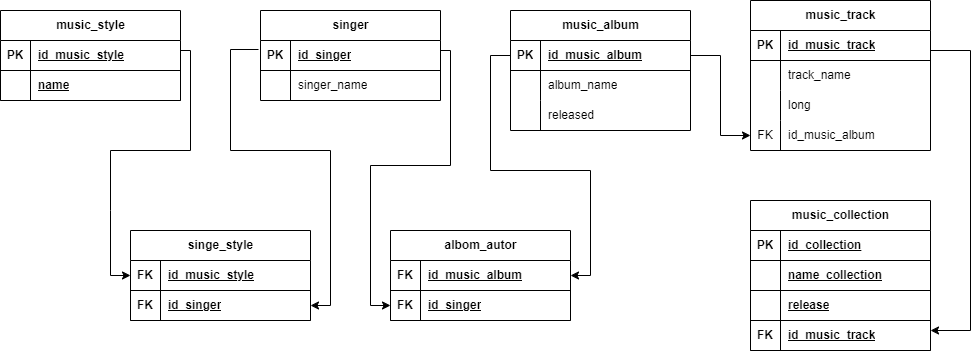
This is диаграмма.png from Eugene-Nozdrin/-2, a draw.io export, as it was before one commit. Source tidied: cells renumbered, new cells last; positions are measured from the earlier drawing's top-left corner, leaving out a move shared by most shapes.
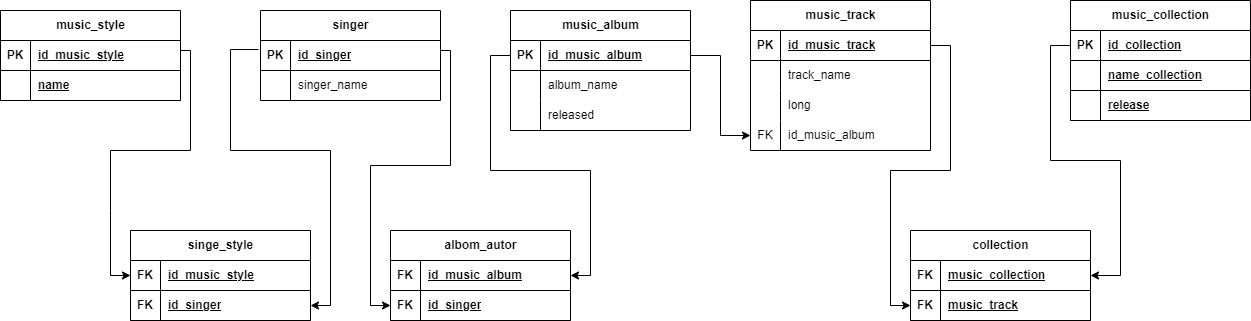
Above is the later version.

Diff of the diagram source:
```diff
@@ -210,7 +210,7 @@
       </mxGeometry>
     </mxCell>
     <mxCell id="61" value="music_collection" style="shape=table;startSize=30;rowLines=0;fontStyle=1;align=center;html=1;" parent="1" vertex="1">
-      <mxGeometry x="750" y="200" width="180" height="150" as="geometry" />
+      <mxGeometry x="1070" width="180" height="120" as="geometry" />
     </mxCell>
     <mxCell id="62" style="shape=tableRow;horizontal=0;startSize=0;swimlaneHead=0;swimlaneBody=0;fillColor=none;points=[[0,0.5],[1,0.5]];portConstraint=eastwest;top=0;left=0;right=0;bottom=1;" parent="61" vertex="1">
       <mxGeometry y="30" width="180" height="30" as="geometry" />
@@ -239,28 +239,52 @@
     <mxCell id="70" value="release" style="shape=partialRectangle;fillColor=none;top=0;left=0;bottom=0;right=0;align=left;spacingLeft=6;fontStyle=5;overflow=hidden;whiteSpace=wrap;html=1;" parent="68" vertex="1">
       <mxGeometry x="30" width="150" height="30" as="geometry" />
     </mxCell>
-    <mxCell id="71" style="shape=tableRow;horizontal=0;startSize=0;swimlaneHead=0;swimlaneBody=0;fillColor=none;top=0;left=0;right=0;bottom=1;" parent="61" vertex="1">
-      <mxGeometry y="120" width="180" height="30" as="geometry" />
-    </mxCell>
-    <mxCell id="72" value="FK" style="shape=partialRectangle;fillColor=none;top=0;left=0;bottom=0;right=0;fontStyle=1;overflow=hidden;whiteSpace=wrap;html=1;" parent="71" vertex="1">
-      <mxGeometry width="30" height="30" as="geometry" />
-    </mxCell>
-    <mxCell id="73" value="id_music_track" style="shape=partialRectangle;fillColor=none;top=0;left=0;bottom=0;right=0;align=left;spacingLeft=6;fontStyle=5;overflow=hidden;whiteSpace=wrap;html=1;" parent="71" vertex="1">
-      <mxGeometry x="30" width="150" height="30" as="geometry" />
-    </mxCell>
     <mxCell id="74" style="edgeStyle=orthogonalEdgeStyle;rounded=0;orthogonalLoop=1;jettySize=auto;html=1;exitX=1;exitY=0.5;exitDx=0;exitDy=0;" parent="61" edge="1">
       <mxGeometry relative="1" as="geometry" />
     </mxCell>
-    <mxCell id="75" style="edgeStyle=orthogonalEdgeStyle;rounded=0;orthogonalLoop=1;jettySize=auto;html=1;exitX=1;exitY=0.5;exitDx=0;exitDy=0;" parent="1" edge="1">
+    <mxCell id="75" style="edgeStyle=orthogonalEdgeStyle;rounded=0;jettySize=auto;html=1;entryX=0;entryY=0.5;entryDx=0;entryDy=0;exitX=1;exitY=0.5;exitDx=0;exitDy=0;" parent="1" edge="1" source="28" target="80">
       <mxGeometry relative="1" as="geometry">
-        <mxPoint x="930" y="50" as="sourcePoint" />
-        <mxPoint x="930" y="330" as="targetPoint" />
         <Array as="points">
-          <mxPoint x="970" y="50" />
-          <mxPoint x="970" y="330" />
-          <mxPoint x="930" y="330" />
+          <mxPoint x="950" y="45" />
+          <mxPoint x="950" y="170" />
+          <mxPoint x="890" y="170" />
+          <mxPoint x="890" y="305" />
         </Array>
       </mxGeometry>
     </mxCell>
+    <mxCell id="76" value="сollection" style="shape=table;startSize=30;rowLines=0;fontStyle=1;align=center;html=1;" parent="1" vertex="1">
+      <mxGeometry x="910" y="230" width="180" height="90" as="geometry" />
+    </mxCell>
+    <mxCell id="77" style="shape=tableRow;horizontal=0;startSize=0;swimlaneHead=0;swimlaneBody=0;fillColor=none;points=[[0,0.5],[1,0.5]];portConstraint=eastwest;top=0;left=0;right=0;bottom=1;" parent="76" vertex="1">
+      <mxGeometry y="30" width="180" height="30" as="geometry" />
+    </mxCell>
+    <mxCell id="78" value="FK" style="shape=partialRectangle;fillColor=none;top=0;left=0;bottom=0;right=0;fontStyle=1;overflow=hidden;whiteSpace=wrap;html=1;" parent="77" vertex="1">
+      <mxGeometry width="30" height="30" as="geometry" />
+    </mxCell>
+    <mxCell id="79" value="music_collection" style="shape=partialRectangle;fillColor=none;top=0;left=0;bottom=0;right=0;align=left;spacingLeft=6;fontStyle=5;overflow=hidden;whiteSpace=wrap;html=1;" parent="77" vertex="1">
+      <mxGeometry x="30" width="150" height="30" as="geometry" />
+    </mxCell>
+    <mxCell id="80" style="shape=tableRow;horizontal=0;startSize=0;swimlaneHead=0;swimlaneBody=0;fillColor=none;points=[[0,0.5],[1,0.5]];portConstraint=eastwest;top=0;left=0;right=0;bottom=1;" parent="76" vertex="1">
+      <mxGeometry y="60" width="180" height="30" as="geometry" />
+    </mxCell>
+    <mxCell id="81" value="FK" style="shape=partialRectangle;fillColor=none;top=0;left=0;bottom=0;right=0;fontStyle=1;overflow=hidden;whiteSpace=wrap;html=1;" parent="80" vertex="1">
+      <mxGeometry width="30" height="30" as="geometry" />
+    </mxCell>
+    <mxCell id="82" value="music_track" style="shape=partialRectangle;fillColor=none;top=0;left=0;bottom=0;right=0;align=left;spacingLeft=6;fontStyle=5;overflow=hidden;whiteSpace=wrap;html=1;" parent="80" vertex="1">
+      <mxGeometry x="30" width="150" height="30" as="geometry" />
+    </mxCell>
+    <mxCell id="83" style="edgeStyle=orthogonalEdgeStyle;rounded=0;orthogonalLoop=1;jettySize=auto;html=1;exitX=1;exitY=0.5;exitDx=0;exitDy=0;" parent="76" edge="1">
+      <mxGeometry relative="1" as="geometry" />
+    </mxCell>
+    <mxCell id="84" style="edgeStyle=orthogonalEdgeStyle;rounded=0;jettySize=auto;html=1;entryX=1;entryY=0.5;entryDx=0;entryDy=0;exitX=0;exitY=0.5;exitDx=0;exitDy=0;" parent="1" edge="1" source="62" target="77">
+      <mxGeometry relative="1" as="geometry">
+        <Array as="points">
+          <mxPoint x="1050" y="45" />
+          <mxPoint x="1050" y="160" />
+          <mxPoint x="1120" y="160" />
+          <mxPoint x="1120" y="275" />
+        </Array>
+      </mxGeometry>
+    </mxCell>
   </root>
 </mxGraphModel>
```
